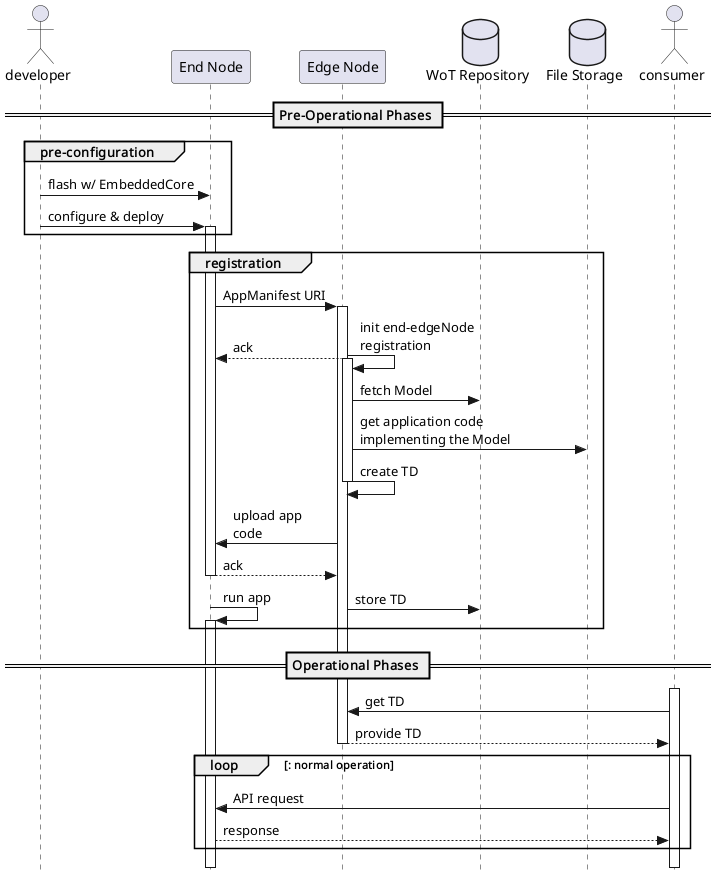
Before: uml/Sequence/functional_operation.png, a diagram exported from PlantUML (les2feup/CityLink). The source it was exported from:
```plantuml
@startuml
!pragma teoz true
skinparam style strictuml

actor developer as dev

participant "End Node" as endNode
participant "Edge Node" as edgeNode
database "WoT Repository" as db
database "File Storage" as store

actor consumer

== Pre-Operational Phases ==

group pre-configuration
    dev -> endNode : flash w/ EmbeddedCore
    dev -> endNode : configure & deploy
    activate endNode
end

group registration
    endNode -> edgeNode : AppManifest URI

    activate edgeNode
    edgeNode -> edgeNode : init end-edgeNode\nregistration
    & edgeNode --> endNode : ack

    activate edgeNode
    edgeNode -> db : fetch Model
    edgeNode -> store : get application code\nimplementing the Model

    edgeNode -> edgeNode : create TD
    deactivate edgeNode

    edgeNode -> endNode : upload app\ncode
    endNode --> edgeNode : ack
    deactivate endNode

    edgeNode -> db : store TD
    & endNode -> endNode : run app
    activate endNode
end

== Operational Phases ==

activate consumer
consumer -> edgeNode: get TD
edgeNode --> consumer: provide TD
deactivate edgeNode

loop : normal operation
    consumer -> endNode : API request
    endNode --> consumer : response
end loop

deactivate endNode
deactivate consumer

@enduml
```
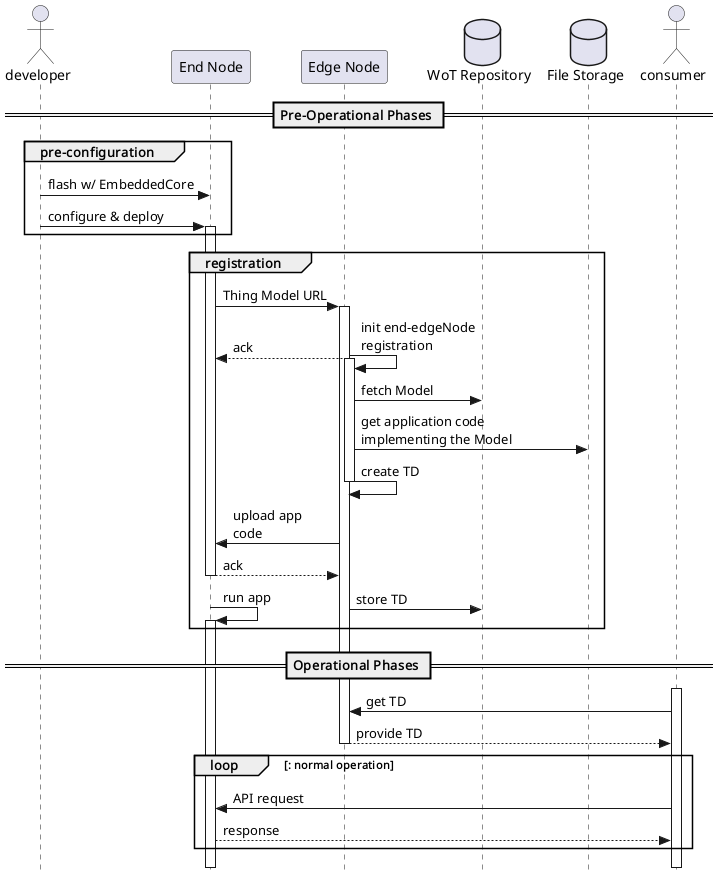
The same diagram one commit later.

The edit, as a diff of the source:
```diff
@@ -20,7 +20,7 @@
 end
 
 group registration
-    endNode -> edgeNode : AppManifest URI
+    endNode -> edgeNode : Thing Model URL
 
     activate edgeNode
     edgeNode -> edgeNode : init end-edgeNode\nregistration
```
